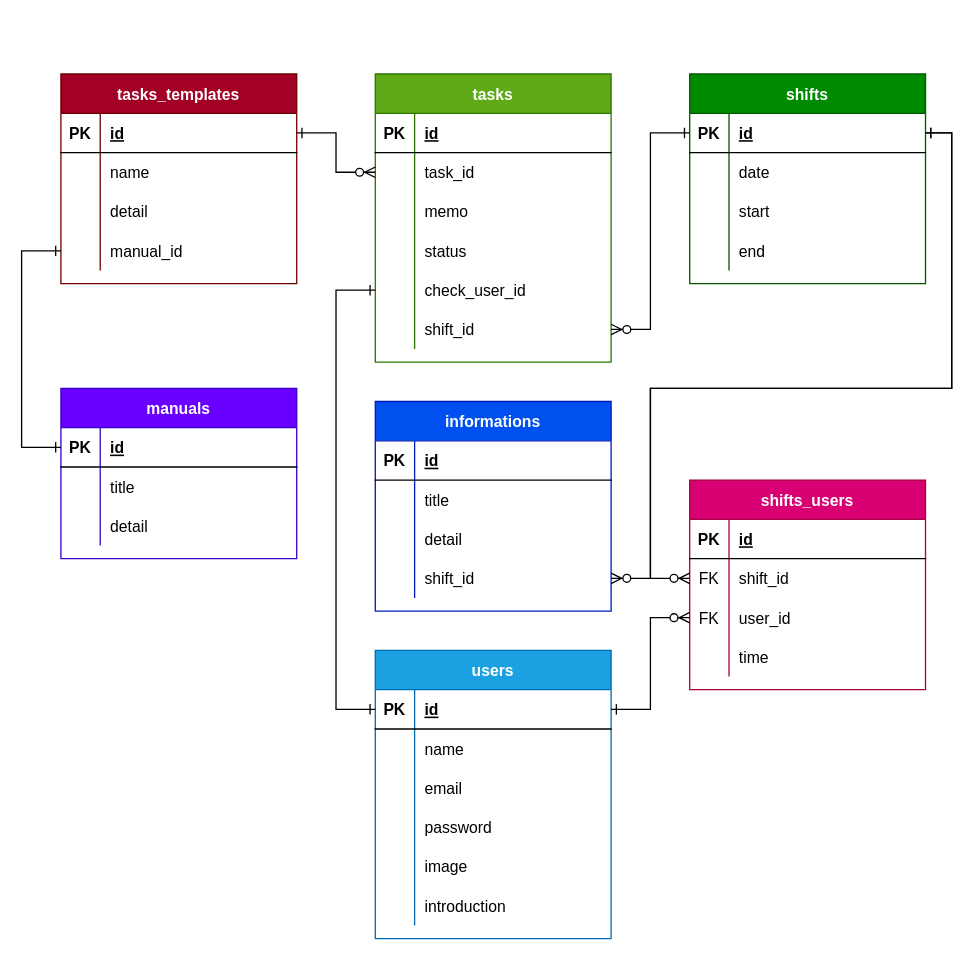
Earlier version of the draw.io diagram data.drawio (yumekiti-archive/OC_Task). Source tidied: cells renumbered, new cells numbered last; positions are measured from the earlier drawing's top-left corner, leaving out a move shared by most shapes. Both pictures are drawn from the tidied source at 131%, with x=0, y=0 at pixel (21, 73).
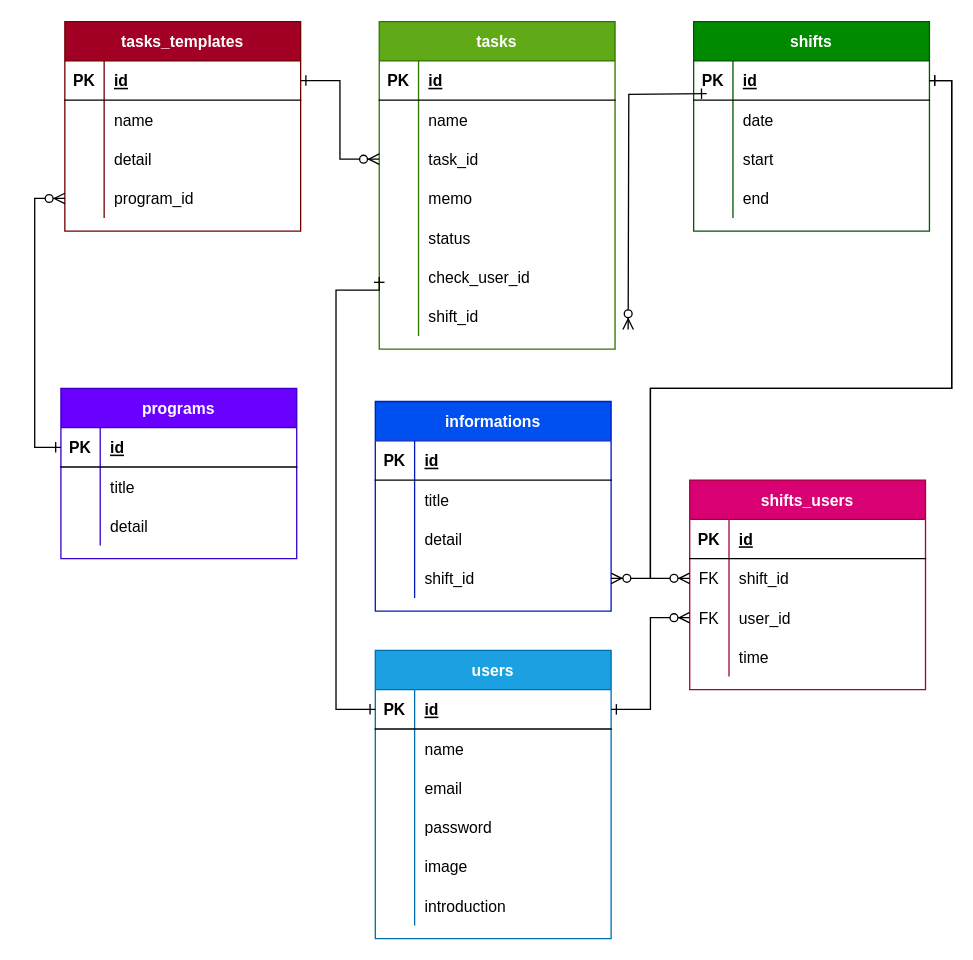
The same page after the edit.

The change refers to these unchanged cells:
```xml
<mxCell id="22" style="shape=partialRectangle;fillColor=none;top=0;left=0;bottom=1;right=0;points=[[0,0.5],[1,0.5]];portConstraint=eastwest;" parent="21" vertex="1">
  <mxGeometry y="30" width="180" height="30" as="geometry" />
</mxCell>
<mxCell id="63" style="shape=partialRectangle;fillColor=none;top=0;left=0;bottom=0;right=0;points=[[0,0.5],[1,0.5]];portConstraint=eastwest;" parent="53" vertex="1">
  <mxGeometry y="120" width="180" height="30" as="geometry" />
</mxCell>
<mxCell id="67" style="shape=partialRectangle;fillColor=none;top=0;left=0;bottom=1;right=0;points=[[0,0.5],[1,0.5]];portConstraint=eastwest;" parent="66" vertex="1">
  <mxGeometry y="30" width="180" height="30" as="geometry" />
</mxCell>
<mxCell id="80" style="shape=partialRectangle;fillColor=none;top=0;left=0;bottom=0;right=0;points=[[0,0.5],[1,0.5]];portConstraint=eastwest;" parent="76" vertex="1">
  <mxGeometry y="60" width="180" height="30" as="geometry" />
</mxCell>
<mxCell id="101" style="shape=partialRectangle;fillColor=none;top=0;left=0;bottom=0;right=0;points=[[0,0.5],[1,0.5]];portConstraint=eastwest;" parent="91" vertex="1">
  <mxGeometry y="120" width="180" height="30" as="geometry" />
</mxCell>
```

Diff of the diagram source:
```diff
@@
     <mxCell id="2" value="tasks" style="shape=table;startSize=30;childLayout=tableLayout;rowLines=0;fontStyle=1;align=center;fillColor=#60a917;fontColor=#ffffff;strokeColor=#2D7600;swimlaneFillColor=default;" parent="1" vertex="1">
-      <mxGeometry x="270" width="180" height="220" as="geometry" />
+      <mxGeometry x="273" y="-40" width="180" height="250" as="geometry" />
     </mxCell>
@@
+    <mxCell id="109" style="shape=partialRectangle;fillColor=none;top=0;left=0;bottom=0;right=0;" parent="2" vertex="1">
+      <mxGeometry y="60" width="180" height="30" as="geometry" />
+    </mxCell>
+    <mxCell id="110" style="shape=partialRectangle;fillColor=none;top=0;left=0;bottom=0;right=0;overflow=hidden;" parent="109" vertex="1">
+      <mxGeometry width="30" height="30" as="geometry" />
+    </mxCell>
+    <mxCell id="111" value="name" style="shape=partialRectangle;fillColor=none;top=0;left=0;bottom=0;right=0;align=left;spacingLeft=6;overflow=hidden;" parent="109" vertex="1">
+      <mxGeometry x="30" width="150" height="30" as="geometry" />
+    </mxCell>
     <mxCell id="6" style="shape=partialRectangle;fillColor=none;top=0;left=0;bottom=0;right=0;points=[[0,0.5],[1,0.5]];portConstraint=eastwest;" parent="2" vertex="1">
-      <mxGeometry y="60" width="180" height="30" as="geometry" />
+      <mxGeometry y="90" width="180" height="30" as="geometry" />
     </mxCell>
@@
     <mxCell id="9" style="shape=partialRectangle;fillColor=none;top=0;left=0;bottom=0;right=0;" parent="2" vertex="1">
-      <mxGeometry y="90" width="180" height="30" as="geometry" />
+      <mxGeometry y="120" width="180" height="30" as="geometry" />
     </mxCell>
@@
     <mxCell id="12" style="shape=partialRectangle;fillColor=none;top=0;left=0;bottom=0;right=0;" parent="2" vertex="1">
-      <mxGeometry y="120" width="180" height="30" as="geometry" />
+      <mxGeometry y="150" width="180" height="30" as="geometry" />
     </mxCell>
@@
     <mxCell id="15" style="shape=partialRectangle;fillColor=none;top=0;left=0;bottom=0;right=0;points=[[0,0.5],[1,0.5]];portConstraint=eastwest;" parent="2" vertex="1">
-      <mxGeometry y="150" width="180" height="30" as="geometry" />
+      <mxGeometry y="180" width="180" height="30" as="geometry" />
     </mxCell>
@@
     <mxCell id="18" style="shape=partialRectangle;fillColor=none;top=0;left=0;bottom=0;right=0;points=[[0,0.5],[1,0.5]];portConstraint=eastwest;" parent="2" vertex="1">
-      <mxGeometry y="180" width="180" height="30" as="geometry" />
+      <mxGeometry y="210" width="180" height="30" as="geometry" />
     </mxCell>
@@
     <mxCell id="21" value="shifts" style="shape=table;startSize=30;childLayout=tableLayout;rowLines=0;fontStyle=1;align=center;fillColor=#008a00;fontColor=#ffffff;strokeColor=#005700;swimlaneFillColor=default;" parent="1" vertex="1">
-      <mxGeometry x="510" width="180" height="160" as="geometry" />
+      <mxGeometry x="513" y="-40" width="180" height="160" as="geometry" />
     </mxCell>
@@
-    <mxCell id="66" value="manuals" style="shape=table;startSize=30;childLayout=tableLayout;rowLines=0;fontStyle=1;align=center;fillColor=#6a00ff;fontColor=#ffffff;strokeColor=#3700CC;swimlaneFillColor=default;" parent="1" vertex="1">
+    <mxCell id="66" value="programs" style="shape=table;startSize=30;childLayout=tableLayout;rowLines=0;fontStyle=1;align=center;fillColor=#6a00ff;fontColor=#ffffff;strokeColor=#3700CC;swimlaneFillColor=default;" parent="1" vertex="1">
       <mxGeometry x="30" y="240" width="180" height="130" as="geometry" />
     </mxCell>
@@
     <mxCell id="89" style="edgeStyle=orthogonalEdgeStyle;fontSize=12;html=1;endArrow=ERzeroToMany;endFill=1;entryX=0;entryY=0.5;entryDx=0;entryDy=0;startArrow=ERone;startFill=0;rounded=0;" parent="1" edge="1" source="22" target="80">
       <mxGeometry relative="1" as="geometry">
         <Array as="points">
-          <mxPoint x="710" y="45" />
+          <mxPoint x="710" y="5" />
           <mxPoint x="710" y="240" />
           <mxPoint x="480" y="240" />
           <mxPoint x="480" y="385" />
         </Array>
       </mxGeometry>
     </mxCell>
@@
     <mxCell id="91" value="tasks_templates" style="shape=table;startSize=30;childLayout=tableLayout;rowLines=0;fontStyle=1;align=center;fillColor=#a20025;fontColor=#ffffff;strokeColor=#6F0000;swimlaneFillColor=default;" parent="1" vertex="1">
-      <mxGeometry x="30" width="180" height="160" as="geometry" />
+      <mxGeometry x="33" y="-40" width="180" height="160" as="geometry" />
     </mxCell>
@@
-    <mxCell id="103" value="manual_id" style="shape=partialRectangle;fillColor=none;top=0;left=0;bottom=0;right=0;align=left;spacingLeft=6;overflow=hidden;" parent="101" vertex="1">
+    <mxCell id="103" value="program_id" style="shape=partialRectangle;fillColor=none;top=0;left=0;bottom=0;right=0;align=left;spacingLeft=6;overflow=hidden;" parent="101" vertex="1">
       <mxGeometry x="30" width="150" height="30" as="geometry" />
     </mxCell>
@@
     <mxCell id="105" style="edgeStyle=orthogonalEdgeStyle;fontSize=12;html=1;endArrow=ERzeroToMany;endFill=1;startArrow=ERone;startFill=0;exitX=1;exitY=0.5;exitDx=0;exitDy=0;entryX=1;entryY=0.5;entryDx=0;entryDy=0;rounded=0;" parent="1" edge="1" source="22" target="63">
       <mxGeometry relative="1" as="geometry">
         <Array as="points">
-          <mxPoint x="710" y="45" />
+          <mxPoint x="710" y="5" />
           <mxPoint x="710" y="240" />
           <mxPoint x="480" y="240" />
           <mxPoint x="480" y="385" />
         </Array>
       </mxGeometry>
     </mxCell>
-    <mxCell id="106" style="edgeStyle=orthogonalEdgeStyle;fontSize=12;html=1;endArrow=ERzeroToMany;endFill=1;entryX=1;entryY=0.5;entryDx=0;entryDy=0;startArrow=ERone;startFill=0;exitX=0;exitY=0.5;exitDx=0;exitDy=0;rounded=0;" parent="1" edge="1" source="22" target="18">
-      <mxGeometry relative="1" as="geometry" />
+    <mxCell id="106" style="edgeStyle=orthogonalEdgeStyle;fontSize=12;html=1;endArrow=ERzeroToMany;endFill=1;startArrow=ERone;startFill=0;exitX=0;exitY=0.5;exitDx=0;exitDy=0;rounded=0;entryX=0;entryY=0.5;entryDx=0;entryDy=0;" parent="1" edge="1" source="67" target="101">
+      <mxGeometry relative="1" as="geometry">
+        <Array as="points">
+          <mxPoint x="10" y="285" />
+          <mxPoint x="10" y="95" />
+        </Array>
+      </mxGeometry>
     </mxCell>
@@
-    <mxCell id="108" style="edgeStyle=orthogonalEdgeStyle;fontSize=12;html=1;endArrow=ERone;endFill=1;strokeColor=default;entryX=0;entryY=0.5;entryDx=0;entryDy=0;exitX=0;exitY=0.5;exitDx=0;exitDy=0;jumpStyle=none;startArrow=ERone;startFill=0;rounded=0;" parent="1" edge="1" source="67" target="101">
-      <mxGeometry relative="1" as="geometry">
-        <Array as="points">
-          <mxPoint y="285" />
-          <mxPoint y="135" />
-        </Array>
-      </mxGeometry>
-    </mxCell>
+    <mxCell id="112" style="edgeStyle=orthogonalEdgeStyle;fontSize=12;html=1;endArrow=ERzeroToMany;endFill=1;entryX=1;entryY=0.5;entryDx=0;entryDy=0;startArrow=ERone;startFill=0;exitX=0;exitY=0.5;exitDx=0;exitDy=0;rounded=0;" parent="1" edge="1">
+      <mxGeometry relative="1" as="geometry">
+        <mxPoint x="523" y="15" as="sourcePoint" />
+        <mxPoint x="463" y="195" as="targetPoint" />
+      </mxGeometry>
+    </mxCell>
```
